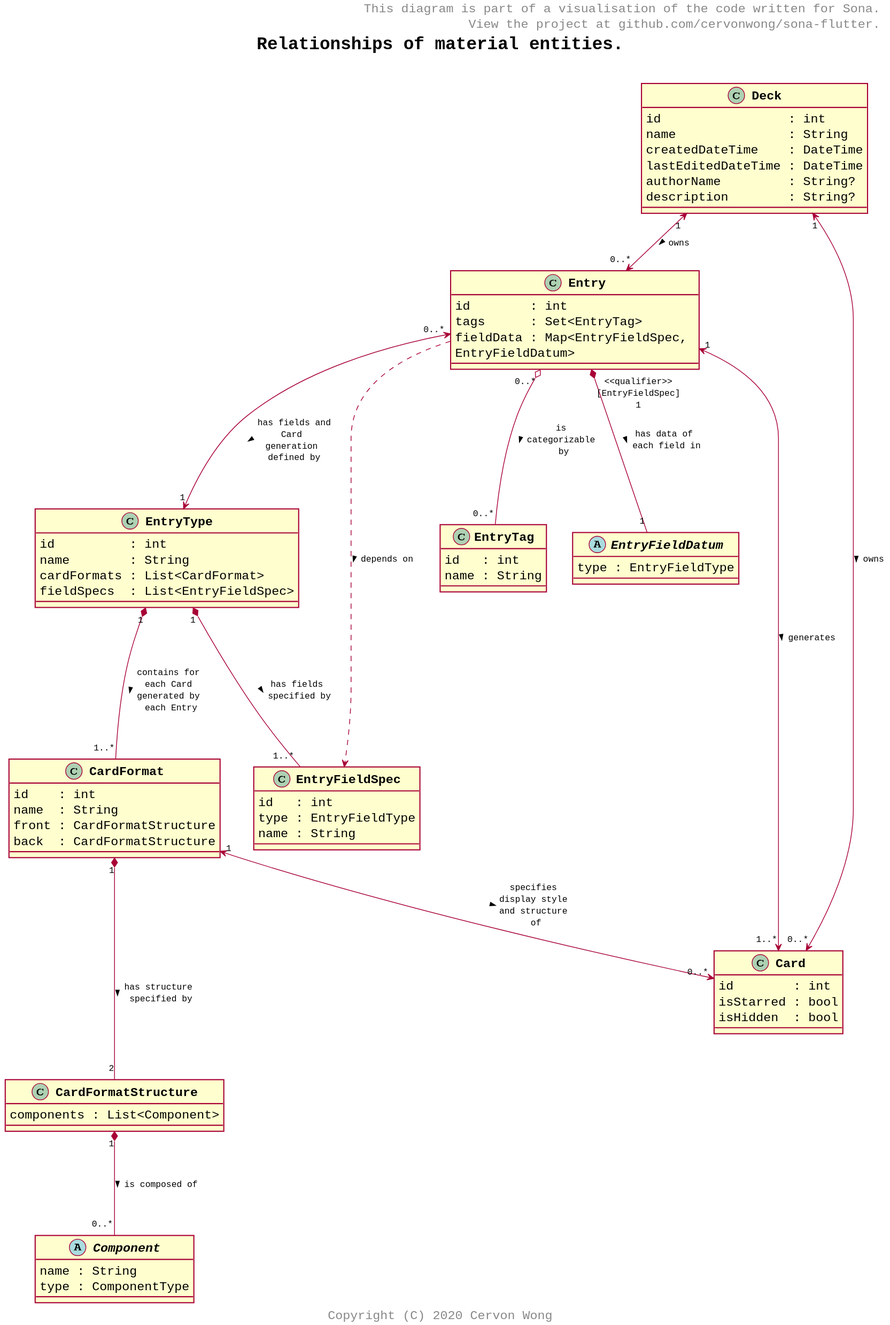
This is puml/material_entities.svg from cervonwong/sona-flutter, a PlantUML export, as it was before one commit.
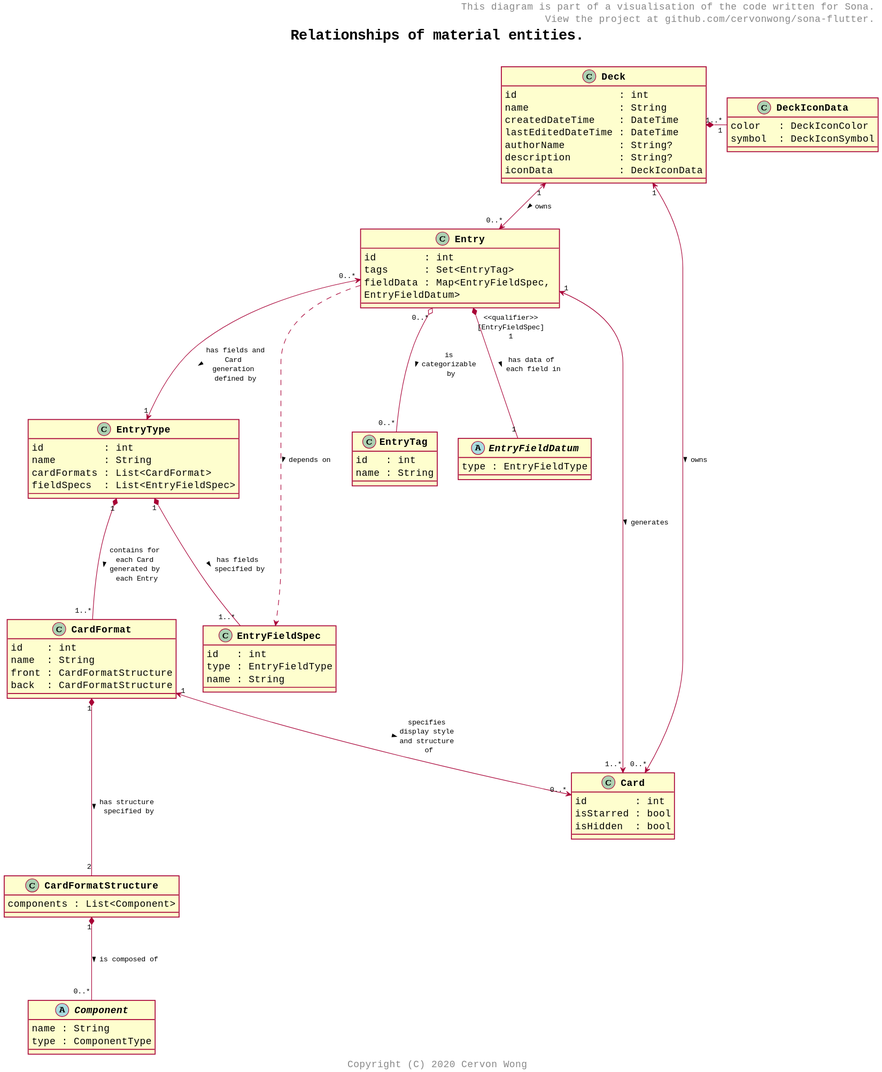
The same diagram one commit later.

Commit message:
Docs(puml): Update diagrams for new deck icon implementation

What changed in the source:
```diff
@@ -34,6 +34,12 @@
 	lastEditedDateTime : DateTime
 	authorName         : String?
 	description        : String?
+	iconData           : DeckIconData
+}
+
+class DeckIconData {
+	color   : DeckIconColor
+	symbol  : DeckIconSymbol
 }
 
 class EntryTag {
@@ -74,6 +80,7 @@
 	type : ComponentType
 }
 
+Deck 				"1..*"								 *-   "1"    DeckIconData
 Deck                "1"                                  <--> "0..*" Entry               : owns >
 Entry               "1"                                  <--> "1..*" Card                : generates >
 Deck                "1"                                  <--> "0..*" Card                : owns >
```
